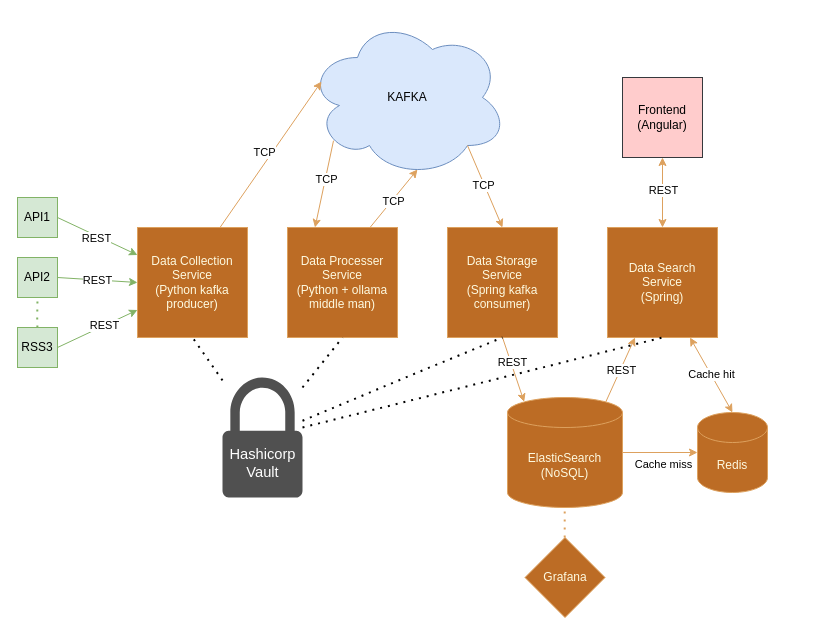
Before: ProjectArchitecture.drawio in CzumperBirds/CzumperSearch, a draw.io diagram. Source tidied: cells renumbered, new cells numbered last; positions are measured from the earlier drawing's top-left corner, leaving out a move shared by most shapes. Both pictures are drawn from the tidied source at 100%, with x=0, y=0 at pixel (17, 17).
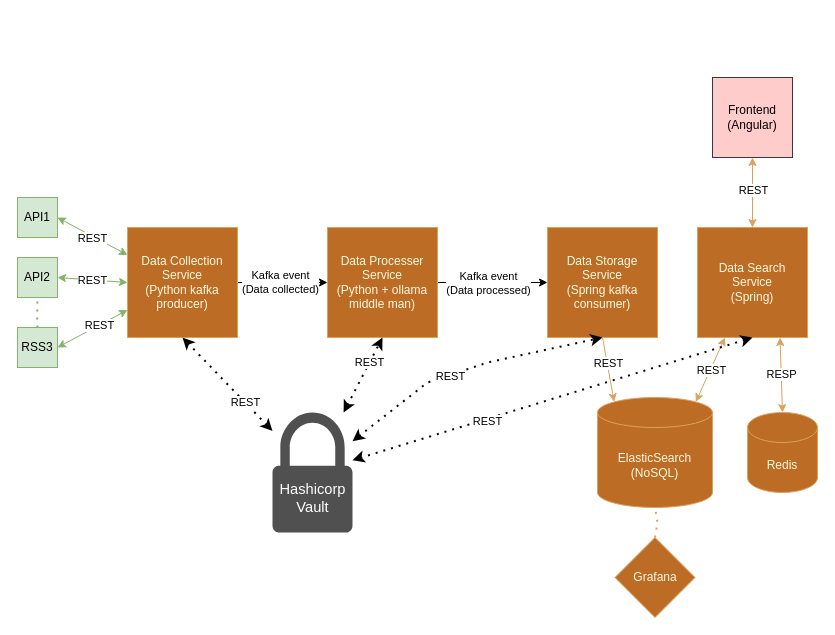
The same diagram, later.

Commit message:
Changed kafka drawing

Unchanged cells that the change refers to:
```xml
<mxCell id="2" value="API1" style="whiteSpace=wrap;html=1;strokeColor=#82b366;fillColor=#d5e8d4;" parent="1" vertex="1">
  <mxGeometry y="180" width="40" height="40" as="geometry" />
</mxCell>
<mxCell id="3" value="API2" style="whiteSpace=wrap;html=1;strokeColor=#82b366;fillColor=#d5e8d4;" parent="1" vertex="1">
  <mxGeometry y="240" width="40" height="40" as="geometry" />
</mxCell>
<mxCell id="4" value="RSS3" style="whiteSpace=wrap;html=1;strokeColor=#82b366;fillColor=#d5e8d4;" parent="1" vertex="1">
  <mxGeometry y="310" width="40" height="40" as="geometry" />
</mxCell>
<mxCell id="36" style="endArrow=classic;startArrow=classic;html=1;rounded=0;strokeColor=#DDA15E;fontColor=#FEFAE0;fillColor=#BC6C25;entryX=0.75;entryY=1;entryDx=0;entryDy=0;exitX=0.5;exitY=0;exitDx=0;exitDy=0;exitPerimeter=0;" parent="1" edge="1" source="27" target="28">
  <mxGeometry relative="1" as="geometry" />
</mxCell>
<mxCell id="41" style="sketch=0;shadow=0;dashed=0;html=1;strokeColor=none;fillColor=#505050;labelPosition=center;verticalLabelPosition=bottom;verticalAlign=top;outlineConnect=0;align=center;shape=mxgraph.office.security.lock_protected;" parent="40" vertex="1">
  <mxGeometry x="25" width="80" height="120" as="geometry" />
</mxCell>
```

What changed in the source:
```diff
@@
-    <mxCell id="6" value="KAFKA" style="ellipse;shape=cloud;whiteSpace=wrap;html=1;strokeColor=#6c8ebf;fillColor=#dae8fc;" parent="1" vertex="1">
-      <mxGeometry x="290" width="200" height="160" as="geometry" />
-    </mxCell>
-    <mxCell id="7" style="endArrow=classic;html=1;rounded=0;strokeColor=#82b366;fontColor=#FEFAE0;fillColor=#d5e8d4;exitX=1;exitY=0.5;exitDx=0;exitDy=0;entryX=0;entryY=0.25;entryDx=0;entryDy=0;" parent="1" edge="1" source="2" target="13">
+    <mxCell id="7" style="endArrow=classic;html=1;rounded=0;strokeColor=#82b366;fontColor=#FEFAE0;fillColor=#d5e8d4;exitX=1;exitY=0.5;exitDx=0;exitDy=0;entryX=0;entryY=0.25;entryDx=0;entryDy=0;startArrow=classic;startFill=1;" parent="1" edge="1" source="2" target="13">
       <mxGeometry relative="1" as="geometry" />
     </mxCell>
@@
-    <mxCell id="9" style="rounded=0;jettySize=auto;html=1;exitX=1;exitY=0.5;exitDx=0;exitDy=0;strokeColor=#82b366;fontColor=#FEFAE0;fillColor=#d5e8d4;entryX=0;entryY=0.5;entryDx=0;entryDy=0;" parent="1" edge="1" source="3" target="13">
+    <mxCell id="9" style="rounded=0;jettySize=auto;html=1;exitX=1;exitY=0.5;exitDx=0;exitDy=0;strokeColor=#82b366;fontColor=#FEFAE0;fillColor=#d5e8d4;entryX=0;entryY=0.5;entryDx=0;entryDy=0;startArrow=classic;startFill=1;" parent="1" edge="1" source="3" target="13">
       <mxGeometry relative="1" as="geometry" />
     </mxCell>
@@
-    <mxCell id="11" style="rounded=0;jettySize=auto;html=1;exitX=1;exitY=0.5;exitDx=0;exitDy=0;strokeColor=#82b366;fontColor=#FEFAE0;fillColor=#d5e8d4;entryX=0;entryY=0.75;entryDx=0;entryDy=0;" parent="1" edge="1" source="4" target="13">
+    <mxCell id="11" style="rounded=0;jettySize=auto;html=1;exitX=1;exitY=0.5;exitDx=0;exitDy=0;strokeColor=#82b366;fontColor=#FEFAE0;fillColor=#d5e8d4;entryX=0;entryY=0.75;entryDx=0;entryDy=0;startArrow=classic;startFill=1;" parent="1" edge="1" source="4" target="13">
       <mxGeometry relative="1" as="geometry" />
     </mxCell>
@@
+    <mxCell id="49" style="edgeStyle=orthogonalEdgeStyle;rounded=0;jettySize=auto;html=1;exitX=1;exitY=0.5;exitDx=0;exitDy=0;entryX=0;entryY=0.5;entryDx=0;entryDy=0;" parent="1" edge="1" source="13" target="16">
+      <mxGeometry relative="1" as="geometry" />
+    </mxCell>
+    <mxCell id="50" value="Kafka event&lt;div&gt;(Data collected)&lt;/div&gt;" style="edgeLabel;html=1;align=center;verticalAlign=middle;" parent="49" vertex="1">
+      <mxGeometry x="-0.07" y="1" relative="1" as="geometry" />
+    </mxCell>
     <mxCell id="13" value="Data Collection Service&lt;div&gt;(Python kafka producer)&lt;/div&gt;" style="whiteSpace=wrap;html=1;strokeColor=#DDA15E;fontColor=#FEFAE0;fillColor=#BC6C25;" parent="1" vertex="1">
-      <mxGeometry x="120" y="210" width="110" height="110" as="geometry" />
+      <mxGeometry x="110" y="210" width="110" height="110" as="geometry" />
     </mxCell>
-    <mxCell id="14" style="endArrow=classic;html=1;rounded=0;strokeColor=#DDA15E;fontColor=#FEFAE0;fillColor=#BC6C25;exitX=0.75;exitY=0;exitDx=0;exitDy=0;entryX=0.07;entryY=0.4;entryDx=0;entryDy=0;entryPerimeter=0;" parent="1" edge="1" source="13" target="6">
-      <mxGeometry relative="1" as="geometry" />
-    </mxCell>
-    <mxCell id="15" value="&lt;font color=&quot;#000000&quot;&gt;TCP&lt;/font&gt;" style="edgeLabel;html=1;align=center;verticalAlign=middle;strokeColor=#DDA15E;fontColor=#FEFAE0;fillColor=#BC6C25;" parent="14" vertex="1">
-      <mxGeometry x="0.05" y="-2" relative="1" as="geometry">
-        <mxPoint x="-11" as="offset" />
-      </mxGeometry>
-    </mxCell>
+    <mxCell id="51" style="edgeStyle=orthogonalEdgeStyle;rounded=0;jettySize=auto;html=1;exitX=1;exitY=0.5;exitDx=0;exitDy=0;entryX=0;entryY=0.5;entryDx=0;entryDy=0;" parent="1" edge="1" source="16" target="20">
+      <mxGeometry relative="1" as="geometry" />
+    </mxCell>
+    <mxCell id="52" value="Kafka event&lt;div&gt;(Data processed)&lt;/div&gt;" style="edgeLabel;html=1;align=center;verticalAlign=middle;" parent="51" vertex="1">
+      <mxGeometry x="0.13" relative="1" as="geometry">
+        <mxPoint x="-12" as="offset" />
+      </mxGeometry>
+    </mxCell>
     <mxCell id="16" value="Data Processer Service&lt;div&gt;(Python + ollama middle man)&lt;/div&gt;" style="whiteSpace=wrap;html=1;strokeColor=#DDA15E;fontColor=#FEFAE0;fillColor=#BC6C25;" parent="1" vertex="1">
-      <mxGeometry x="270" y="210" width="110" height="110" as="geometry" />
+      <mxGeometry x="310" y="210" width="110" height="110" as="geometry" />
     </mxCell>
-    <mxCell id="17" style="endArrow=classic;html=1;rounded=0;strokeColor=#DDA15E;fontColor=#FEFAE0;fillColor=#BC6C25;exitX=0.13;exitY=0.77;exitDx=0;exitDy=0;exitPerimeter=0;entryX=0.25;entryY=0;entryDx=0;entryDy=0;" parent="1" edge="1" source="6" target="16">
-      <mxGeometry relative="1" as="geometry" />
-    </mxCell>
-    <mxCell id="18" value="&lt;font color=&quot;#000000&quot;&gt;TCP&lt;/font&gt;" style="edgeLabel;html=1;align=center;verticalAlign=middle;strokeColor=#DDA15E;fontColor=#FEFAE0;fillColor=#BC6C25;" parent="17" vertex="1">
-      <mxGeometry x="-0.12" y="1" relative="1" as="geometry" />
-    </mxCell>
     <mxCell id="19" value="ElasticSearch&lt;div&gt;(NoSQL)&lt;/div&gt;" style="shape=cylinder3;whiteSpace=wrap;html=1;boundedLbl=1;backgroundOutline=1;size=15;strokeColor=#DDA15E;fontColor=#FEFAE0;fillColor=#BC6C25;" parent="1" vertex="1">
-      <mxGeometry x="490" y="380" width="115" height="110" as="geometry" />
+      <mxGeometry x="580" y="380" width="115" height="110" as="geometry" />
     </mxCell>
     <mxCell id="20" value="Data Storage&lt;div&gt;Service&lt;/div&gt;&lt;div&gt;(Spring kafka consumer)&lt;/div&gt;" style="whiteSpace=wrap;html=1;strokeColor=#DDA15E;fontColor=#FEFAE0;fillColor=#BC6C25;" parent="1" vertex="1">
-      <mxGeometry x="430" y="210" width="110" height="110" as="geometry" />
+      <mxGeometry x="530" y="210" width="110" height="110" as="geometry" />
     </mxCell>
-    <mxCell id="21" style="endArrow=classic;html=1;rounded=0;strokeColor=#DDA15E;fontColor=#FEFAE0;fillColor=#BC6C25;exitX=0.75;exitY=0;exitDx=0;exitDy=0;entryX=0.55;entryY=0.95;entryDx=0;entryDy=0;entryPerimeter=0;" parent="1" edge="1" source="16" target="6">
-      <mxGeometry relative="1" as="geometry" />
-    </mxCell>
-    <mxCell id="22" style="edgeLabel;html=1;align=center;verticalAlign=middle;strokeColor=#DDA15E;fontColor=#FEFAE0;fillColor=#BC6C25;" parent="21" vertex="1">
-      <mxGeometry x="-0.25" y="1" relative="1" as="geometry" />
-    </mxCell>
-    <mxCell id="23" value="&lt;font color=&quot;#000000&quot;&gt;TCP&lt;/font&gt;" style="edgeLabel;html=1;align=center;verticalAlign=middle;strokeColor=#DDA15E;fontColor=#FEFAE0;fillColor=#BC6C25;" parent="21" vertex="1">
-      <mxGeometry x="-0.06" y="-1" relative="1" as="geometry" />
-    </mxCell>
-    <mxCell id="24" style="endArrow=classic;html=1;rounded=0;strokeColor=#DDA15E;fontColor=#FEFAE0;fillColor=#BC6C25;exitX=0.8;exitY=0.8;exitDx=0;exitDy=0;entryX=0.5;entryY=0;entryDx=0;entryDy=0;exitPerimeter=0;" parent="1" edge="1" source="6" target="20">
-      <mxGeometry relative="1" as="geometry" />
-    </mxCell>
-    <mxCell id="25" style="edgeLabel;html=1;align=center;verticalAlign=middle;strokeColor=#DDA15E;fontColor=#FEFAE0;fillColor=#BC6C25;" parent="24" vertex="1">
-      <mxGeometry x="-0.25" y="1" relative="1" as="geometry" />
-    </mxCell>
-    <mxCell id="26" value="&lt;font color=&quot;#000000&quot;&gt;TCP&lt;/font&gt;" style="edgeLabel;html=1;align=center;verticalAlign=middle;strokeColor=#DDA15E;fontColor=#FEFAE0;fillColor=#BC6C25;" parent="24" vertex="1">
-      <mxGeometry x="-0.06" y="-1" relative="1" as="geometry" />
-    </mxCell>
     <mxCell id="27" value="Redis" style="shape=cylinder3;whiteSpace=wrap;html=1;boundedLbl=1;backgroundOutline=1;size=15;strokeColor=#DDA15E;fontColor=#FEFAE0;fillColor=#BC6C25;" parent="1" vertex="1">
-      <mxGeometry x="680" y="395" width="70" height="80" as="geometry" />
+      <mxGeometry x="730" y="395" width="70" height="80" as="geometry" />
     </mxCell>
     <mxCell id="28" value="Data Search&lt;br&gt;&lt;div&gt;Service&lt;/div&gt;&lt;div&gt;(Spring)&lt;/div&gt;" style="whiteSpace=wrap;html=1;strokeColor=#DDA15E;fontColor=#FEFAE0;fillColor=#BC6C25;" parent="1" vertex="1">
-      <mxGeometry x="590" y="210" width="110" height="110" as="geometry" />
+      <mxGeometry x="680" y="210" width="110" height="110" as="geometry" />
     </mxCell>
     <mxCell id="29" value="Frontend&lt;div&gt;(Angular)&lt;/div&gt;" style="whiteSpace=wrap;html=1;strokeColor=#36393d;fillColor=#ffcccc;" parent="1" vertex="1">
-      <mxGeometry x="605" y="60" width="80" height="80" as="geometry" />
+      <mxGeometry x="695" y="60" width="80" height="80" as="geometry" />
     </mxCell>
@@
-    <mxCell id="34" style="endArrow=classic;html=1;rounded=0;strokeColor=#DDA15E;fontColor=#FEFAE0;fillColor=#BC6C25;exitX=0.855;exitY=0;exitDx=0;exitDy=4.35;exitPerimeter=0;entryX=0.25;entryY=1;entryDx=0;entryDy=0;" parent="1" edge="1" source="19" target="28">
+    <mxCell id="34" style="endArrow=classic;html=1;rounded=0;strokeColor=#DDA15E;fontColor=#FEFAE0;fillColor=#BC6C25;exitX=0.855;exitY=0;exitDx=0;exitDy=4.35;exitPerimeter=0;entryX=0.25;entryY=1;entryDx=0;entryDy=0;startArrow=classic;startFill=1;" parent="1" edge="1" source="19" target="28">
       <mxGeometry relative="1" as="geometry" />
     </mxCell>
@@
-    <mxCell id="37" value="Cache hit" style="edgeLabel;html=1;align=center;verticalAlign=middle;" parent="36" vertex="1">
+    <mxCell id="37" value="RESP" style="edgeLabel;html=1;align=center;verticalAlign=middle;" parent="36" vertex="1">
       <mxGeometry x="0.03" relative="1" as="geometry" />
     </mxCell>
     <mxCell id="38" value="Grafana" style="rhombus;whiteSpace=wrap;html=1;strokeColor=#DDA15E;fontColor=#FEFAE0;fillColor=#BC6C25;" parent="1" vertex="1">
-      <mxGeometry x="507.5" y="520" width="80" height="80" as="geometry" />
+      <mxGeometry x="597.5" y="520" width="80" height="80" as="geometry" />
     </mxCell>
-    <mxCell id="39" style="endArrow=none;dashed=1;html=1;dashPattern=1 3;strokeWidth=2;rounded=0;strokeColor=#DDA15E;fontColor=#FEFAE0;fillColor=#BC6C25;entryX=0.5;entryY=1;entryDx=0;entryDy=0;entryPerimeter=0;exitX=0.5;exitY=0;exitDx=0;exitDy=0;" parent="1" edge="1">
+    <mxCell id="39" style="endArrow=none;dashed=1;html=1;dashPattern=1 3;strokeWidth=2;rounded=0;strokeColor=#DDA15E;fontColor=#FEFAE0;fillColor=#BC6C25;entryX=0.5;entryY=1;entryDx=0;entryDy=0;entryPerimeter=0;exitX=0.5;exitY=0;exitDx=0;exitDy=0;" parent="1" edge="1" source="38" target="19">
       <mxGeometry relative="1" as="geometry">
-        <mxPoint x="547.2" y="520" as="sourcePoint" />
-        <mxPoint x="547.2" y="490" as="targetPoint" />
+        <Array as="points">
+          <mxPoint x="640" y="505" />
+        </Array>
       </mxGeometry>
     </mxCell>
     <mxCell id="40" style="group;" parent="1" vertex="1">
-      <mxGeometry x="180" y="360" width="130" height="120" as="geometry" />
+      <mxGeometry x="230" y="395" width="130" height="120" as="geometry" />
     </mxCell>
@@
-    <mxCell id="43" style="endArrow=none;dashed=1;html=1;dashPattern=1 3;strokeWidth=2;rounded=0;entryX=0.5;entryY=1;entryDx=0;entryDy=0;" parent="1" edge="1" source="41" target="13">
+    <mxCell id="43" style="endArrow=classic;dashed=1;html=1;dashPattern=1 3;strokeWidth=2;rounded=0;entryX=0.5;entryY=1;entryDx=0;entryDy=0;startArrow=classic;startFill=1;endFill=1;" parent="1" edge="1" source="41" target="13">
       <mxGeometry relative="1" as="geometry" />
     </mxCell>
+    <mxCell id="53" value="REST" style="edgeLabel;html=1;align=center;verticalAlign=middle;" parent="43" vertex="1">
+      <mxGeometry x="-0.39" relative="1" as="geometry" />
+    </mxCell>
-    <mxCell id="44" style="endArrow=none;dashed=1;html=1;dashPattern=1 3;strokeWidth=2;rounded=0;entryX=0.5;entryY=1;entryDx=0;entryDy=0;" parent="1" edge="1" source="41" target="16">
+    <mxCell id="44" style="endArrow=classic;dashed=1;html=1;dashPattern=1 3;strokeWidth=2;rounded=0;entryX=0.5;entryY=1;entryDx=0;entryDy=0;startArrow=classic;startFill=1;endFill=1;" parent="1" edge="1" source="41" target="16">
       <mxGeometry relative="1" as="geometry" />
     </mxCell>
+    <mxCell id="54" value="REST" style="edgeLabel;html=1;align=center;verticalAlign=middle;" parent="44" vertex="1">
+      <mxGeometry x="0.32" y="1" relative="1" as="geometry" />
+    </mxCell>
-    <mxCell id="45" style="endArrow=none;dashed=1;html=1;dashPattern=1 3;strokeWidth=2;rounded=0;entryX=0.5;entryY=1;entryDx=0;entryDy=0;" parent="1" edge="1" source="41" target="20">
+    <mxCell id="45" style="endArrow=classic;dashed=1;html=1;dashPattern=1 3;strokeWidth=2;rounded=0;entryX=0.5;entryY=1;entryDx=0;entryDy=0;startArrow=classic;startFill=1;endFill=1;" parent="1" edge="1" source="41" target="20">
       <mxGeometry relative="1" as="geometry">
         <Array as="points">
-          <mxPoint x="400" y="355" />
+          <mxPoint x="410" y="365" />
+          <mxPoint x="470" y="345" />
         </Array>
       </mxGeometry>
     </mxCell>
+    <mxCell id="55" value="REST" style="edgeLabel;html=1;align=center;verticalAlign=middle;" parent="45" vertex="1">
+      <mxGeometry x="-0.14" y="-1" relative="1" as="geometry" />
+    </mxCell>
-    <mxCell id="46" style="endArrow=none;dashed=1;html=1;dashPattern=1 3;strokeWidth=2;rounded=0;entryX=0.5;entryY=1;entryDx=0;entryDy=0;" parent="1" edge="1" source="41" target="28">
+    <mxCell id="46" style="endArrow=classic;dashed=1;html=1;dashPattern=1 3;strokeWidth=2;rounded=0;entryX=0.5;entryY=1;entryDx=0;entryDy=0;startArrow=classic;startFill=1;endFill=1;" parent="1" edge="1" source="41" target="28">
       <mxGeometry relative="1" as="geometry" />
     </mxCell>
-    <mxCell id="47" style="endArrow=classic;html=1;rounded=0;exitX=1;exitY=0.5;exitDx=0;exitDy=0;exitPerimeter=0;entryX=0;entryY=0.5;entryDx=0;entryDy=0;entryPerimeter=0;fillColor=#ffe6cc;strokeColor=#DDA15E;" parent="1" edge="1" source="19" target="27">
-      <mxGeometry relative="1" as="geometry" />
-    </mxCell>
-    <mxCell id="48" value="Cache miss" style="edgeLabel;html=1;align=center;verticalAlign=middle;" parent="47" vertex="1">
-      <mxGeometry x="0.13" y="1" relative="1" as="geometry">
-        <mxPoint x="-2" y="12" as="offset" />
-      </mxGeometry>
-    </mxCell>
+    <mxCell id="56" value="REST" style="edgeLabel;html=1;align=center;verticalAlign=middle;" parent="46" vertex="1">
+      <mxGeometry x="-0.33" y="-2" relative="1" as="geometry" />
+    </mxCell>
```
